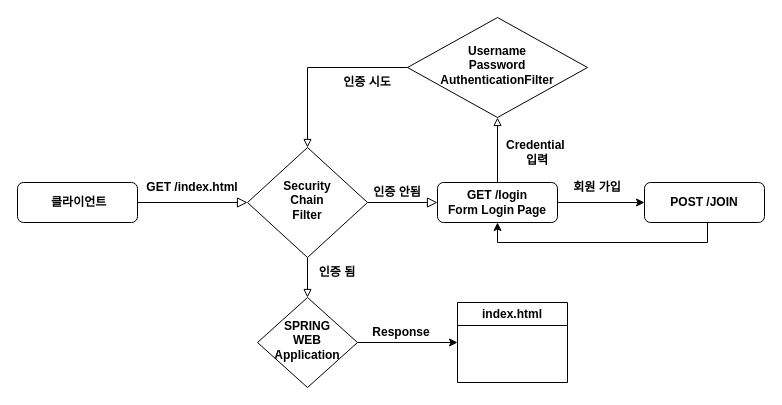
Earlier version of the draw.io diagram mysql_connect/mysql_connect.drawio (wooks-space/spring-security). Source tidied: cells renumbered, new cells numbered last; positions are measured from the earlier drawing's top-left corner, leaving out a move shared by most shapes. Both pictures are drawn from the tidied source at 100%, with x=0, y=0 at pixel (17, 17).
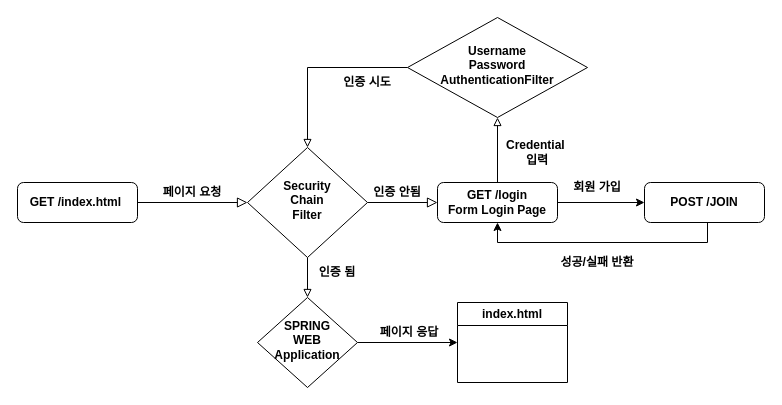
After the change.

What changed in the source:
```diff
@@
-    <mxCell id="3" value="&amp;nbsp;클라이언트" style="rounded=1;whiteSpace=wrap;html=1;fontSize=12;glass=0;strokeWidth=1;shadow=0;fontStyle=1;" parent="1" vertex="1">
+    <mxCell id="3" value="&lt;span style=&quot;background-color: rgb(255, 255, 255);&quot;&gt;GET /index.html&lt;/span&gt;&amp;nbsp;" style="rounded=1;whiteSpace=wrap;html=1;fontSize=12;glass=0;strokeWidth=1;shadow=0;fontStyle=1;" parent="1" vertex="1">
       <mxGeometry y="165" width="120" height="40" as="geometry" />
     </mxCell>
@@
-    <mxCell id="16" value="&lt;b&gt;POST /JOIN&lt;/b&gt;" style="rounded=1;whiteSpace=wrap;html=1;fontSize=12;glass=0;strokeWidth=1;shadow=0;" parent="1" vertex="1">
+    <mxCell id="16" value="&lt;b&gt;POST /JOIN&lt;br&gt;&lt;/b&gt;" style="rounded=1;whiteSpace=wrap;html=1;fontSize=12;glass=0;strokeWidth=1;shadow=0;" parent="1" vertex="1">
       <mxGeometry x="627" y="165" width="120" height="40" as="geometry" />
     </mxCell>
@@
-    <mxCell id="20" value="&lt;font style=&quot;font-size: 12px;&quot;&gt;GET /index.html&lt;/font&gt;" style="text;html=1;align=center;verticalAlign=middle;whiteSpace=wrap;rounded=0;fontFamily=Helvetica;fontSize=11;fontColor=default;labelBackgroundColor=default;fontStyle=1;" parent="1" vertex="1">
-      <mxGeometry x="90" y="160" width="170" height="20" as="geometry" />
-    </mxCell>
@@
-    <mxCell id="22" value="&lt;font style=&quot;font-size: 12px;&quot;&gt;&lt;b&gt;Response&lt;/b&gt;&lt;/font&gt;" style="text;html=1;align=center;verticalAlign=middle;whiteSpace=wrap;rounded=0;fontFamily=Helvetica;fontSize=11;fontColor=default;labelBackgroundColor=default;" parent="1" vertex="1">
-      <mxGeometry x="354" y="300" width="60" height="30" as="geometry" />
+    <mxCell id="22" value="&lt;font style=&quot;font-size: 12px;&quot;&gt;&lt;b&gt;페이지 응답&lt;/b&gt;&lt;/font&gt;" style="text;html=1;align=center;verticalAlign=middle;whiteSpace=wrap;rounded=0;fontFamily=Helvetica;fontSize=11;fontColor=default;labelBackgroundColor=default;" parent="1" vertex="1">
+      <mxGeometry x="354" y="300" width="76" height="30" as="geometry" />
     </mxCell>
@@
+    <mxCell id="24" value="&lt;span style=&quot;font-size: 12px;&quot;&gt;성공/실패 반환&lt;/span&gt;" style="text;html=1;align=center;verticalAlign=middle;whiteSpace=wrap;rounded=0;fontFamily=Helvetica;fontSize=11;fontColor=default;labelBackgroundColor=default;fontStyle=1;" parent="1" vertex="1">
+      <mxGeometry x="535" y="230" width="90" height="30" as="geometry" />
+    </mxCell>
+    <mxCell id="25" value="&lt;font style=&quot;font-size: 12px;&quot;&gt;페이지 요청&lt;/font&gt;" style="text;html=1;align=center;verticalAlign=middle;whiteSpace=wrap;rounded=0;fontFamily=Helvetica;fontSize=11;fontColor=default;labelBackgroundColor=default;fontStyle=1;" parent="1" vertex="1">
+      <mxGeometry x="140" y="160" width="70" height="30" as="geometry" />
+    </mxCell>
```
